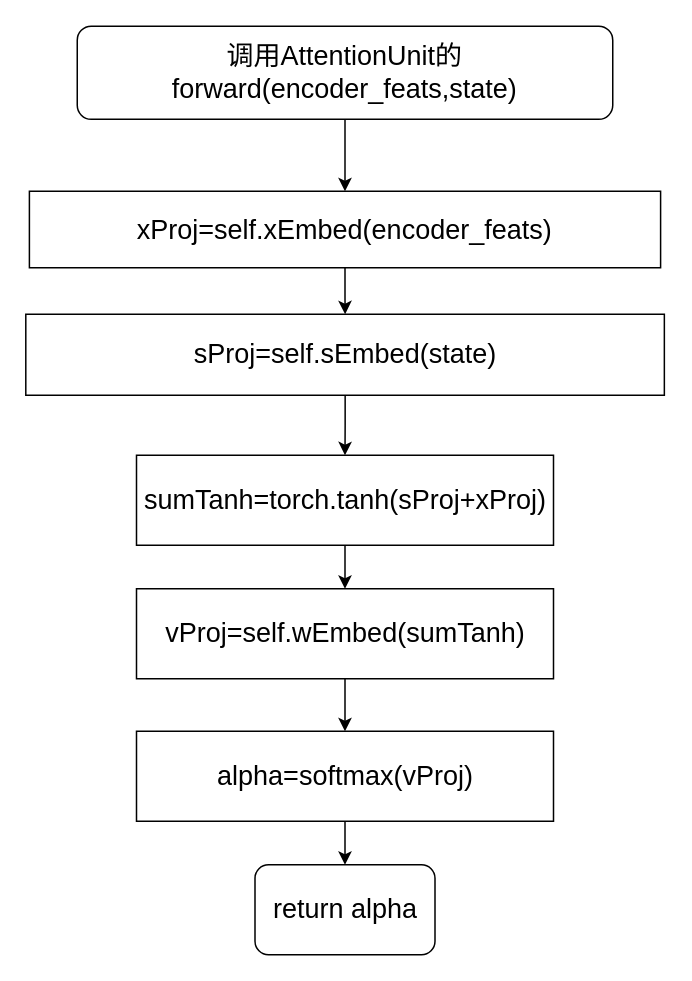
This is thesis_att_net3.drawio from Dong-J93/_pictures, a draw.io file, before an edit. Source tidied: cells renumbered, new cells numbered last; positions are measured from the earlier drawing's top-left corner, leaving out a move shared by most shapes. Both pictures are drawn from the tidied source at 150%, with x=0, y=0 at pixel (26, 26).
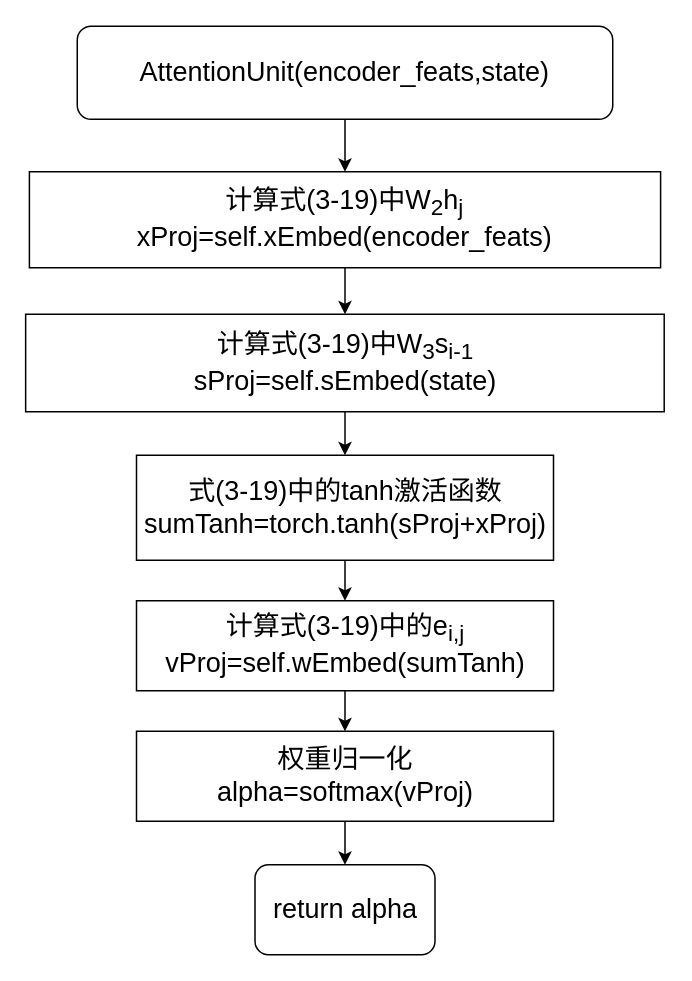
Above is the later version.

What changed in the source:
```diff
@@
 <mxGraphModel>
   <root>
     <mxCell id="0" />
     <mxCell id="1" parent="0" />
     <mxCell id="2" style="edgeStyle=orthogonalEdgeStyle;rounded=0;jettySize=auto;html=1;" parent="1" edge="1" source="3" target="5">
       <mxGeometry relative="1" as="geometry" />
     </mxCell>
-    <mxCell id="3" value="&lt;font style=&quot;font-size: 18px;&quot;&gt;调用AttentionUnit的forward(encoder_feats,state)&lt;/font&gt;" style="rounded=1;whiteSpace=wrap;html=1;" parent="1" vertex="1">
+    <mxCell id="3" value="&lt;font style=&quot;font-size: 18px;&quot;&gt;AttentionUnit(encoder_feats,state)&lt;/font&gt;" style="rounded=1;whiteSpace=wrap;html=1;" parent="1" vertex="1">
       <mxGeometry x="34" width="357" height="62" as="geometry" />
     </mxCell>
     <mxCell id="4" style="edgeStyle=orthogonalEdgeStyle;rounded=0;jettySize=auto;html=1;" parent="1" edge="1" source="5" target="7">
       <mxGeometry relative="1" as="geometry" />
     </mxCell>
-    <mxCell id="5" value="&lt;font style=&quot;font-size: 18px;&quot;&gt;xProj=self.xEmbed(encoder_feats)&lt;/font&gt;" style="rounded=0;whiteSpace=wrap;html=1;" parent="1" vertex="1">
-      <mxGeometry x="2.1" y="110" width="420.8" height="51" as="geometry" />
+    <mxCell id="5" value="&lt;font style=&quot;font-size: 18px;&quot;&gt;计算式(3-19)中W&lt;sub&gt;2&lt;/sub&gt;h&lt;sub&gt;j&lt;/sub&gt;&lt;br&gt;xProj=self.xEmbed(encoder_feats)&lt;/font&gt;" style="rounded=0;whiteSpace=wrap;html=1;" parent="1" vertex="1">
+      <mxGeometry x="2.1" y="97" width="420.8" height="64" as="geometry" />
     </mxCell>
     <mxCell id="6" style="edgeStyle=orthogonalEdgeStyle;rounded=0;jettySize=auto;html=1;" parent="1" edge="1" source="7" target="9">
       <mxGeometry relative="1" as="geometry" />
     </mxCell>
-    <mxCell id="7" value="&lt;font style=&quot;font-size: 18px;&quot;&gt;sProj=self.sEmbed(state)&lt;/font&gt;" style="rounded=0;whiteSpace=wrap;html=1;" parent="1" vertex="1">
-      <mxGeometry x="-0.3" y="192" width="425.7" height="54" as="geometry" />
+    <mxCell id="7" value="&lt;font style=&quot;font-size: 18px;&quot;&gt;计算式(3-19)中W&lt;sub&gt;3&lt;/sub&gt;s&lt;sub&gt;i-1&lt;/sub&gt;&lt;br&gt;sProj=self.sEmbed(state)&lt;/font&gt;" style="rounded=0;whiteSpace=wrap;html=1;" parent="1" vertex="1">
+      <mxGeometry x="-0.4" y="192" width="425.7" height="65" as="geometry" />
     </mxCell>
     <mxCell id="8" style="edgeStyle=orthogonalEdgeStyle;rounded=0;jettySize=auto;html=1;" parent="1" edge="1" source="9" target="11">
       <mxGeometry relative="1" as="geometry" />
     </mxCell>
-    <mxCell id="9" value="&lt;font style=&quot;font-size: 18px;&quot;&gt;sumTanh=torch.tanh(sProj+xProj)&lt;/font&gt;" style="whiteSpace=wrap;html=1;rounded=0;" parent="1" vertex="1">
-      <mxGeometry x="73.5" y="286" width="278" height="60" as="geometry" />
+    <mxCell id="9" value="&lt;font style=&quot;font-size: 18px;&quot;&gt;式(3-19)中的tanh激活函数&lt;br&gt;sumTanh=torch.tanh(sProj+xProj)&lt;/font&gt;" style="whiteSpace=wrap;html=1;rounded=0;" parent="1" vertex="1">
+      <mxGeometry x="73.5" y="286" width="278" height="70" as="geometry" />
     </mxCell>
     <mxCell id="10" style="edgeStyle=orthogonalEdgeStyle;rounded=0;jettySize=auto;html=1;" parent="1" edge="1" source="11" target="13">
       <mxGeometry relative="1" as="geometry" />
     </mxCell>
-    <mxCell id="11" value="&lt;font style=&quot;font-size: 18px;&quot;&gt;vProj=self.wEmbed(sumTanh)&lt;/font&gt;" style="whiteSpace=wrap;html=1;rounded=0;" parent="1" vertex="1">
-      <mxGeometry x="73.5" y="375" width="278" height="60" as="geometry" />
+    <mxCell id="11" value="&lt;font style=&quot;font-size: 18px;&quot;&gt;计算式(3-19)中的e&lt;sub&gt;i,j&lt;/sub&gt;&lt;br&gt;vProj=self.wEmbed(sumTanh)&lt;/font&gt;" style="whiteSpace=wrap;html=1;rounded=0;" parent="1" vertex="1">
+      <mxGeometry x="73.5" y="383" width="278" height="60" as="geometry" />
     </mxCell>
     <mxCell id="12" style="edgeStyle=orthogonalEdgeStyle;rounded=0;jettySize=auto;html=1;" parent="1" edge="1" source="13" target="14">
       <mxGeometry relative="1" as="geometry" />
     </mxCell>
-    <mxCell id="13" value="&lt;font style=&quot;font-size: 18px;&quot;&gt;alpha=softmax(vProj)&lt;/font&gt;" style="whiteSpace=wrap;html=1;rounded=0;" parent="1" vertex="1">
+    <mxCell id="13" value="&lt;font style=&quot;font-size: 18px;&quot;&gt;权重归一化&lt;br&gt;alpha=softmax(vProj)&lt;/font&gt;" style="whiteSpace=wrap;html=1;rounded=0;" parent="1" vertex="1">
       <mxGeometry x="73.5" y="470" width="278" height="60" as="geometry" />
     </mxCell>
     <mxCell id="14" value="&lt;font style=&quot;font-size: 18px;&quot;&gt;return alpha&lt;/font&gt;" style="rounded=1;whiteSpace=wrap;html=1;" parent="1" vertex="1">
       <mxGeometry x="152.5" y="559" width="120" height="60" as="geometry" />
     </mxCell>
   </root>
 </mxGraphModel>
```
